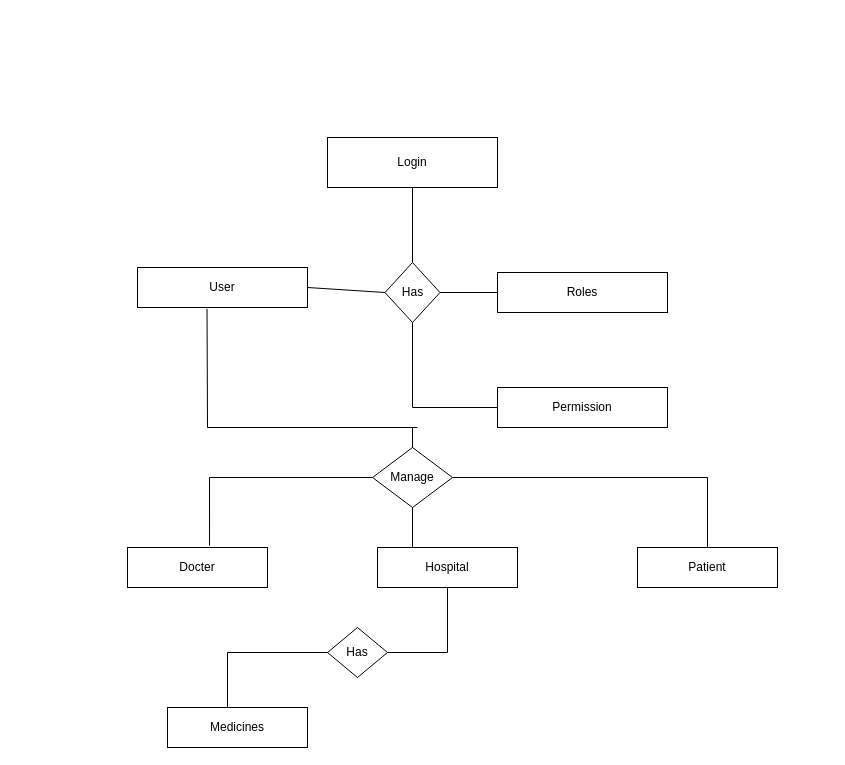
Above: documentation/Untitled Diagram.drawio in shagufta-hub/shaguftarepo (draw.io), before the change. Source tidied: cells renumbered, new cells numbered last; positions are measured from the earlier drawing's top-left corner, leaving out a move shared by most shapes. Both pictures are drawn from the tidied source at 100%, with x=0, y=0 at pixel (127, 137).
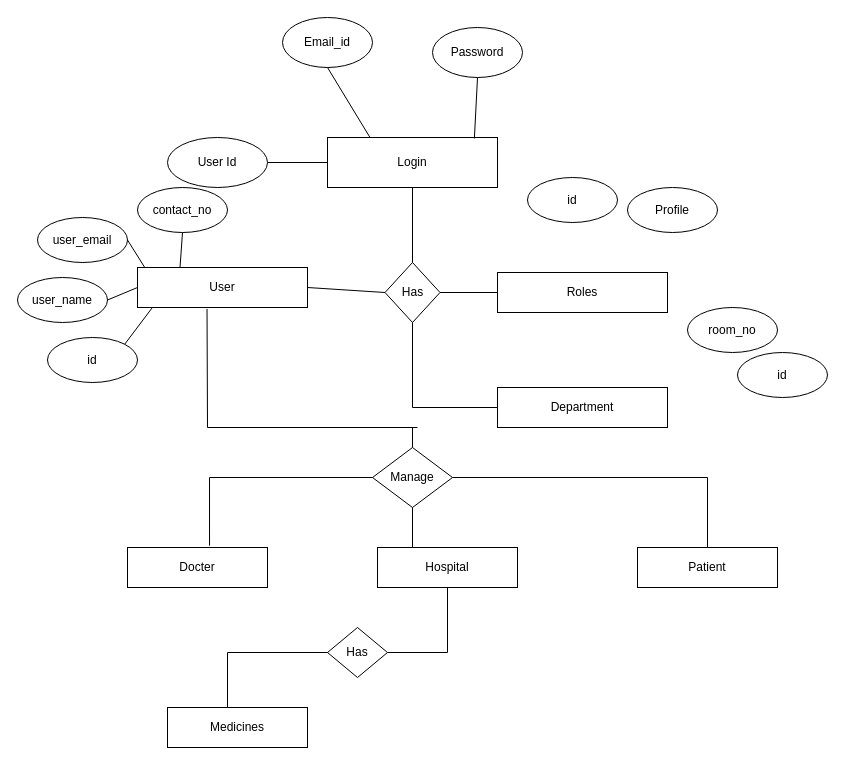
Above is the later version.

The change refers to these unchanged cells:
```xml
<mxCell id="2" value="User" style="rounded=0;whiteSpace=wrap;html=1;" parent="1" vertex="1">
  <mxGeometry x="10" y="130" width="170" height="40" as="geometry" />
</mxCell>
<mxCell id="3" value="Login" style="rounded=0;whiteSpace=wrap;html=1;" parent="1" vertex="1">
  <mxGeometry x="200" width="170" height="50" as="geometry" />
</mxCell>
```

Diff of the diagram source:
```diff
@@
-    <mxCell id="5" value="Permission" style="rounded=0;whiteSpace=wrap;html=1;" parent="1" vertex="1">
+    <mxCell id="5" value="Department" style="rounded=0;whiteSpace=wrap;html=1;" parent="1" vertex="1">
       <mxGeometry x="370" y="250" width="170" height="40" as="geometry" />
     </mxCell>
@@
+    <mxCell id="24" style="endArrow=none;html=1;rounded=0;exitX=0;exitY=0.5;exitDx=0;exitDy=0;" parent="1" edge="1" source="3">
+      <mxGeometry relative="1" as="geometry">
+        <mxPoint x="140" y="25" as="targetPoint" />
+      </mxGeometry>
+    </mxCell>
+    <mxCell id="25" value="User Id" style="ellipse;whiteSpace=wrap;html=1;" parent="1" vertex="1">
+      <mxGeometry x="40" width="100" height="50" as="geometry" />
+    </mxCell>
+    <mxCell id="26" value="Email_id" style="ellipse;whiteSpace=wrap;html=1;" parent="1" vertex="1">
+      <mxGeometry x="155" y="-120" width="90" height="50" as="geometry" />
+    </mxCell>
+    <mxCell id="27" value="Password" style="ellipse;whiteSpace=wrap;html=1;" parent="1" vertex="1">
+      <mxGeometry x="305" y="-110" width="90" height="50" as="geometry" />
+    </mxCell>
+    <mxCell id="28" style="endArrow=none;html=1;rounded=0;exitX=0.864;exitY=0.02;exitDx=0;exitDy=0;exitPerimeter=0;" parent="1" edge="1" source="3">
+      <mxGeometry relative="1" as="geometry">
+        <mxPoint x="350" y="-60" as="targetPoint" />
+      </mxGeometry>
+    </mxCell>
+    <mxCell id="29" style="endArrow=none;html=1;rounded=0;entryX=0.5;entryY=1;entryDx=0;entryDy=0;exitX=0.25;exitY=0;exitDx=0;exitDy=0;" parent="1" edge="1" source="3" target="26">
+      <mxGeometry relative="1" as="geometry" />
+    </mxCell>
+    <mxCell id="30" value="id" style="ellipse;whiteSpace=wrap;html=1;" parent="1" vertex="1">
+      <mxGeometry x="-80" y="200" width="90" height="45" as="geometry" />
+    </mxCell>
+    <mxCell id="31" value="user_name" style="ellipse;whiteSpace=wrap;html=1;" parent="1" vertex="1">
+      <mxGeometry x="-110" y="140" width="90" height="45" as="geometry" />
+    </mxCell>
+    <mxCell id="32" value="user_email" style="ellipse;whiteSpace=wrap;html=1;" parent="1" vertex="1">
+      <mxGeometry x="-90" y="80" width="90" height="45" as="geometry" />
+    </mxCell>
+    <mxCell id="33" value="contact_no" style="ellipse;whiteSpace=wrap;html=1;" parent="1" vertex="1">
+      <mxGeometry x="10" y="50" width="90" height="45" as="geometry" />
+    </mxCell>
+    <mxCell id="34" style="endArrow=none;html=1;rounded=0;entryX=0.085;entryY=1.015;entryDx=0;entryDy=0;entryPerimeter=0;exitX=1;exitY=0;exitDx=0;exitDy=0;" parent="1" edge="1" source="30" target="2">
+      <mxGeometry relative="1" as="geometry" />
+    </mxCell>
+    <mxCell id="35" style="endArrow=none;html=1;rounded=0;exitX=1;exitY=0.5;exitDx=0;exitDy=0;" parent="1" edge="1" source="31">
+      <mxGeometry relative="1" as="geometry">
+        <mxPoint x="10" y="150" as="targetPoint" />
+      </mxGeometry>
+    </mxCell>
+    <mxCell id="36" style="endArrow=none;html=1;rounded=0;exitX=0.25;exitY=0;exitDx=0;exitDy=0;entryX=0.5;entryY=1;entryDx=0;entryDy=0;" parent="1" edge="1" source="2" target="33">
+      <mxGeometry relative="1" as="geometry" />
+    </mxCell>
+    <mxCell id="37" style="endArrow=none;html=1;rounded=0;entryX=1;entryY=0.5;entryDx=0;entryDy=0;exitX=0.042;exitY=-0.005;exitDx=0;exitDy=0;exitPerimeter=0;" parent="1" edge="1" source="2" target="32">
+      <mxGeometry relative="1" as="geometry" />
+    </mxCell>
+    <mxCell id="38" value="id" style="ellipse;whiteSpace=wrap;html=1;" parent="1" vertex="1">
+      <mxGeometry x="400" y="40" width="90" height="45" as="geometry" />
+    </mxCell>
+    <mxCell id="39" value="Profile" style="ellipse;whiteSpace=wrap;html=1;" parent="1" vertex="1">
+      <mxGeometry x="500" y="50" width="90" height="45" as="geometry" />
+    </mxCell>
+    <mxCell id="40" value="room_no" style="ellipse;whiteSpace=wrap;html=1;" parent="1" vertex="1">
+      <mxGeometry x="560" y="170" width="90" height="45" as="geometry" />
+    </mxCell>
+    <mxCell id="41" value="id" style="ellipse;whiteSpace=wrap;html=1;" parent="1" vertex="1">
+      <mxGeometry x="610" y="215" width="90" height="45" as="geometry" />
+    </mxCell>
```
